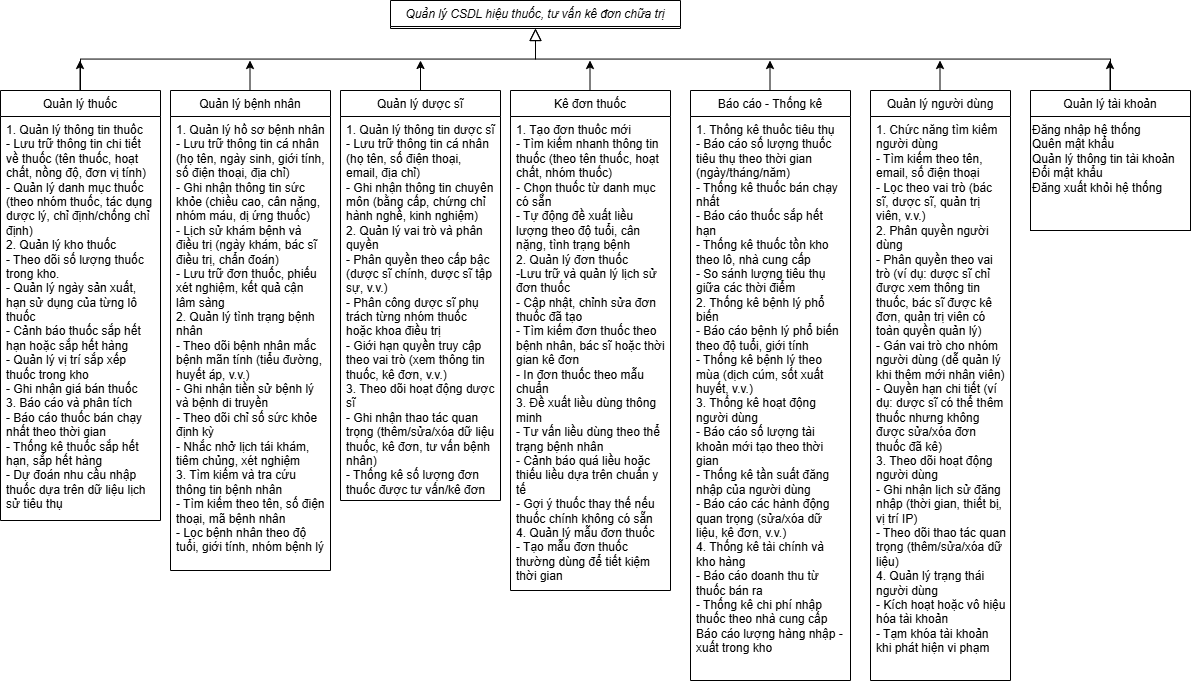
Before: FHD.drawio.png, a diagram exported from draw.io (nguyentrung181/DA1). Source tidied: cells renumbered, new cells last; positions are measured from the earlier drawing's top-left corner, leaving out a move shared by most shapes.
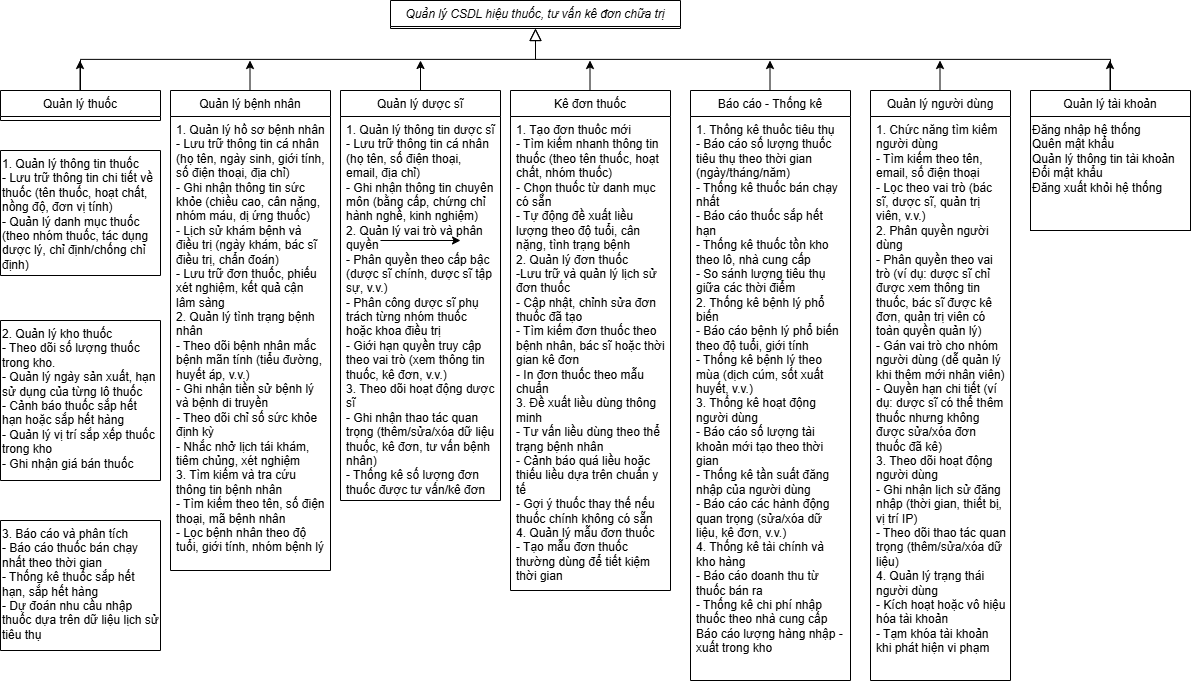
The same diagram one commit later.

The edit, as a diff of the source:
```diff
@@ -6,11 +6,8 @@
       <mxGeometry x="390" width="290" height="28" as="geometry" />
     </mxCell>
     <mxCell id="3" value="Quản lý thuốc" style="swimlane;fontStyle=0;align=center;verticalAlign=top;horizontal=1;startSize=26;rounded=0;shadow=0;strokeWidth=1;" parent="1" vertex="1">
-      <mxGeometry y="90" width="160" height="430" as="geometry" />
+      <mxGeometry y="90" width="160" height="30" as="geometry" />
     </mxCell>
-    <mxCell id="4" value="1. Quản lý thông tin thuốc&#10;- Lưu trữ thông tin chi tiết về thuốc (tên thuốc, hoạt chất, nồng độ, đơn vị tính)&#10;- Quản lý danh mục thuốc (theo nhóm thuốc, tác dụng dược lý, chỉ định/chống chỉ định)&#10;2. Quản lý kho thuốc&#10;- Theo dõi số lượng thuốc trong kho.&#10;- Quản lý ngày sản xuất, hạn sử dụng của từng lô thuốc&#10;- Cảnh báo thuốc sắp hết hạn hoặc sắp hết hàng&#10;- Quản lý vị trí sắp xếp thuốc trong kho&#10;- Ghi nhận giá bán thuốc&#10;3. Báo cáo và phân tích&#10;- Báo cáo thuốc bán chạy nhất theo thời gian&#10;- Thống kê thuốc sắp hết hạn, sắp hết hàng&#10;- Dự đoán nhu cầu nhập thuốc dựa trên dữ liệu lịch sử tiêu thụ" style="text;align=left;verticalAlign=top;spacingLeft=4;spacingRight=4;overflow=hidden;fontStyle=0;whiteSpace=wrap;" parent="3" vertex="1">
-      <mxGeometry y="26" width="160" height="404" as="geometry" />
-    </mxCell>
     <mxCell id="5" style="endArrow=block;endSize=10;endFill=0;shadow=0;strokeWidth=1;rounded=0;curved=0;edgeStyle=elbowEdgeStyle;elbow=vertical;" parent="1" edge="1" source="3" target="2">
       <mxGeometry relative="1" as="geometry" />
     </mxCell>
@@ -94,5 +91,20 @@
         <mxPoint x="1109.5" y="60" as="targetPoint" />
       </mxGeometry>
     </mxCell>
+    <mxCell id="26" style="edgeStyle=none;orthogonalLoop=1;jettySize=auto;html=1;rounded=0;" parent="1" edge="1">
+      <mxGeometry relative="1" as="geometry">
+        <mxPoint x="380" y="240" as="sourcePoint" />
+        <mxPoint x="460" y="240" as="targetPoint" />
+      </mxGeometry>
+    </mxCell>
+    <mxCell id="27" value="1. Quản lý thông tin thuốc&#10;- Lưu trữ thông tin chi tiết về thuốc (tên thuốc, hoạt chất, nồng độ, đơn vị tính)&#10;- Quản lý danh mục thuốc (theo nhóm thuốc, tác dụng dược lý, chỉ định/chống chỉ định)" style="swimlane;fontStyle=0;align=left;verticalAlign=top;horizontal=1;startSize=430;rounded=0;shadow=0;strokeWidth=1;whiteSpace=wrap;" parent="1" vertex="1">
+      <mxGeometry y="150" width="160" height="125" as="geometry" />
+    </mxCell>
+    <mxCell id="28" value="2. Quản lý kho thuốc&#10;- Theo dõi số lượng thuốc trong kho.&#10;- Quản lý ngày sản xuất, hạn sử dụng của từng lô thuốc&#10;- Cảnh báo thuốc sắp hết hạn hoặc sắp hết hàng&#10;- Quản lý vị trí sắp xếp thuốc trong kho&#10;- Ghi nhận giá bán thuốc" style="swimlane;fontStyle=0;align=left;verticalAlign=top;horizontal=1;startSize=430;rounded=0;shadow=0;strokeWidth=1;whiteSpace=wrap;" parent="1" vertex="1">
+      <mxGeometry y="320" width="160" height="160" as="geometry" />
+    </mxCell>
+    <mxCell id="29" value="3. Báo cáo và phân tích&#10;- Báo cáo thuốc bán chạy nhất theo thời gian&#10;- Thống kê thuốc sắp hết hạn, sắp hết hàng&#10;- Dự đoán nhu cầu nhập thuốc dựa trên dữ liệu lịch sử tiêu thụ" style="swimlane;fontStyle=0;align=left;verticalAlign=top;horizontal=1;startSize=430;rounded=0;shadow=0;strokeWidth=1;whiteSpace=wrap;" parent="1" vertex="1">
+      <mxGeometry y="520" width="160" height="130" as="geometry" />
+    </mxCell>
   </root>
 </mxGraphModel>
```
